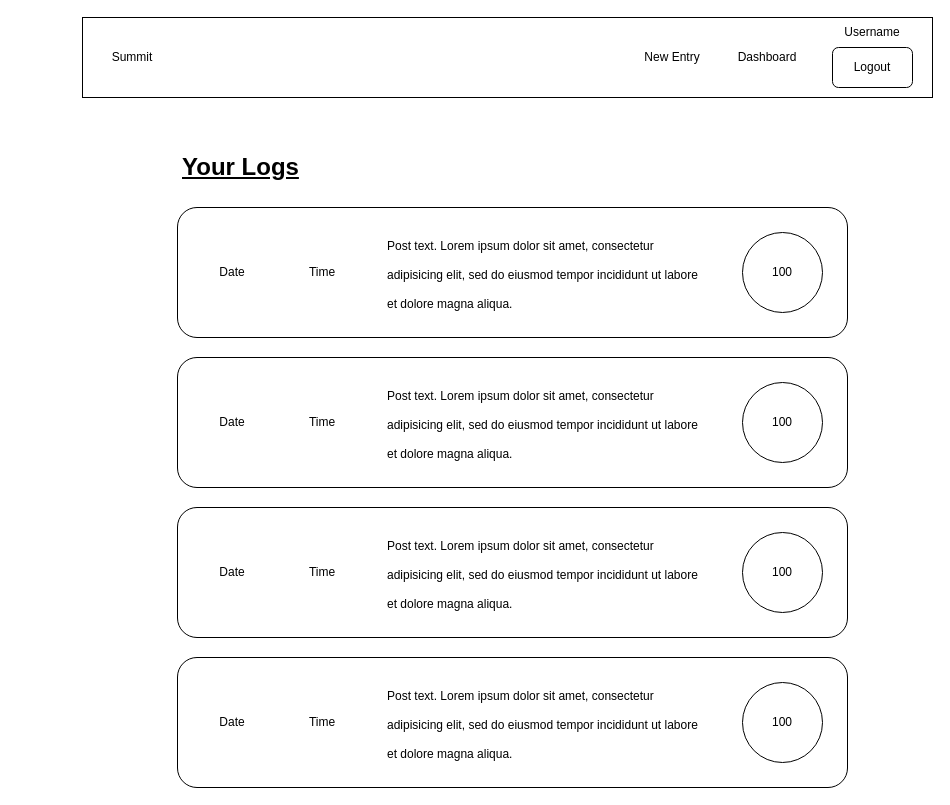
This is page "User Dashboard - Log Info" (7 of 8) of planningStuff/Wireframes.dio from arnquic/mental_state_frontend, a draw.io file, before an edit. Source tidied: cells renumbered, new cells numbered last; positions are measured from the earlier drawing's top-left corner, leaving out a move shared by most shapes. Both pictures are drawn from the tidied source at 100%, with x=0, y=0 at pixel (82, 17).
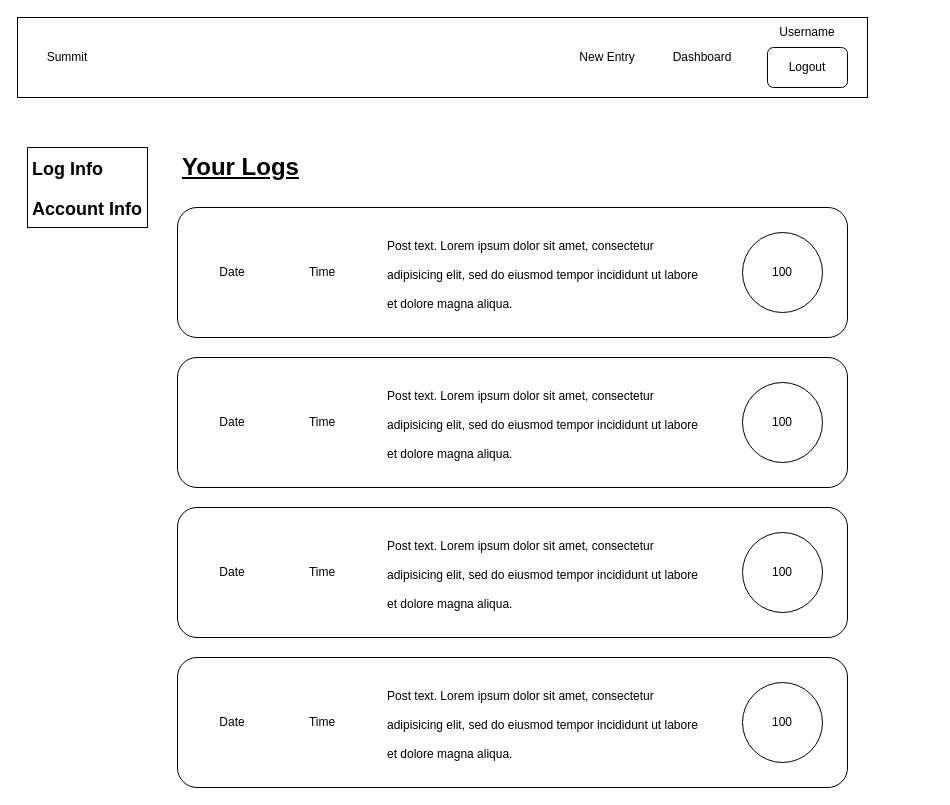
Above is the later version.

Diff of the diagram source:
```diff
@@
+    <mxCell id="29" style="rounded=0;whiteSpace=wrap;html=1;fontSize=18;" parent="1" vertex="1">
+      <mxGeometry x="-55" y="130" width="120" height="80" as="geometry" />
+    </mxCell>
     <mxCell id="2" style="rounded=0;whiteSpace=wrap;html=1;" parent="1" vertex="1">
-      <mxGeometry width="850" height="80" as="geometry" />
+      <mxGeometry x="-65" width="850" height="80" as="geometry" />
     </mxCell>
     <mxCell id="3" value="Logout" style="rounded=1;whiteSpace=wrap;html=1;" parent="1" vertex="1">
-      <mxGeometry x="750" y="30" width="80" height="40" as="geometry" />
+      <mxGeometry x="685" y="30" width="80" height="40" as="geometry" />
     </mxCell>
     <mxCell id="4" value="Summit" style="text;html=1;strokeColor=none;fillColor=none;align=center;verticalAlign=middle;whiteSpace=wrap;rounded=0;" parent="1" vertex="1">
-      <mxGeometry x="20" y="25" width="60" height="30" as="geometry" />
+      <mxGeometry x="-45" y="25" width="60" height="30" as="geometry" />
     </mxCell>
     <mxCell id="5" value="Dashboard" style="text;html=1;strokeColor=none;fillColor=none;align=center;verticalAlign=middle;whiteSpace=wrap;rounded=0;" parent="1" vertex="1">
-      <mxGeometry x="650" y="25" width="70" height="30" as="geometry" />
+      <mxGeometry x="585" y="25" width="70" height="30" as="geometry" />
     </mxCell>
@@
     <mxCell id="7" value="Username" style="text;html=1;strokeColor=none;fillColor=none;align=center;verticalAlign=middle;whiteSpace=wrap;rounded=0;" parent="1" vertex="1">
-      <mxGeometry x="760" width="60" height="30" as="geometry" />
+      <mxGeometry x="695" width="60" height="30" as="geometry" />
     </mxCell>
     <mxCell id="8" value="New Entry" style="text;html=1;strokeColor=none;fillColor=none;align=center;verticalAlign=middle;whiteSpace=wrap;rounded=0;" parent="1" vertex="1">
-      <mxGeometry x="560" y="25" width="60" height="30" as="geometry" />
+      <mxGeometry x="495" y="25" width="60" height="30" as="geometry" />
     </mxCell>
@@
+    <mxCell id="30" value="&lt;h1&gt;&lt;font style=&quot;font-size: 18px&quot;&gt;Account Info&lt;/font&gt;&lt;/h1&gt;" style="text;html=1;strokeColor=none;fillColor=none;spacing=5;spacingTop=-20;whiteSpace=wrap;overflow=hidden;rounded=0;" parent="1" vertex="1">
+      <mxGeometry x="-55" y="170" width="120" height="40" as="geometry" />
+    </mxCell>
+    <mxCell id="31" value="&lt;h1&gt;&lt;font style=&quot;font-size: 18px&quot;&gt;Log Info&lt;/font&gt;&lt;/h1&gt;" style="text;html=1;strokeColor=none;fillColor=none;spacing=5;spacingTop=-20;whiteSpace=wrap;overflow=hidden;rounded=0;" parent="1" vertex="1">
+      <mxGeometry x="-55" y="130" width="120" height="40" as="geometry" />
+    </mxCell>
```
